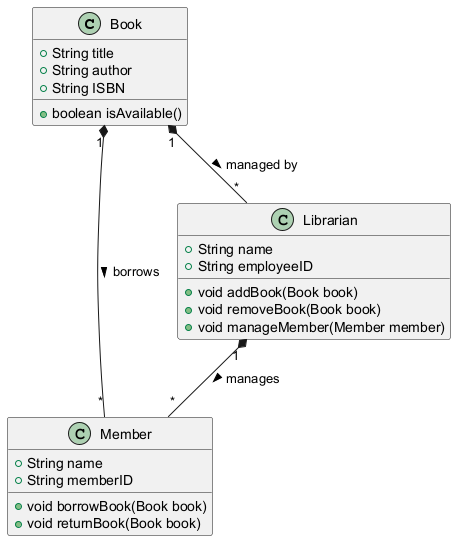
The PlantUML diagram CS747_images/uml_1.png in Wu-Zhaoyu/CS747_images, before a commit.
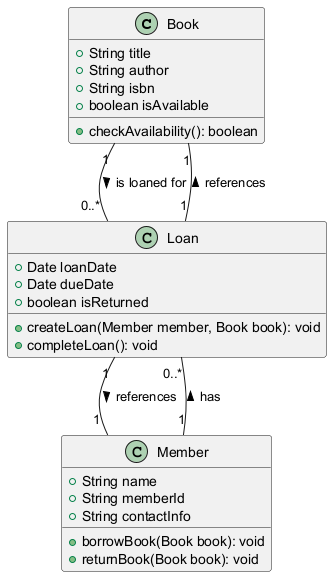
Later version of the same file.

The edit, as a diff of the source:
```diff
@@ -1,27 +1,32 @@
 @startuml
+
 class Book {
     +String title
     +String author
-    +String ISBN
-    +boolean isAvailable()
+    +String isbn
+    +boolean isAvailable
+    +checkAvailability(): boolean
 }
 
 class Member {
     +String name
-    +String memberID
-    +void borrowBook(Book book)
-    +void returnBook(Book book)
+    +String memberId
+    +String contactInfo
+    +borrowBook(Book book): void
+    +returnBook(Book book): void
 }
 
-class Librarian {
-    +String name
-    +String employeeID
-    +void addBook(Book book)
-    +void removeBook(Book book)
-    +void manageMember(Member member)
+class Loan {
+    +Date loanDate
+    +Date dueDate
+    +boolean isReturned
+    +createLoan(Member member, Book book): void
+    +completeLoan(): void
 }
 
-Book "1" *-- "*" Member : borrows >
-Book "1" *-- "*" Librarian : managed by >
-Librarian "1" *-- "*" Member : manages >
+Book "1" -- "0..*" Loan : "is loaned for >"
+Member "1" -- "0..*" Loan : "has >"
+Loan "1" -- "1" Book : "references >"
+Loan "1" -- "1" Member : "references >"
+
 @enduml
```
